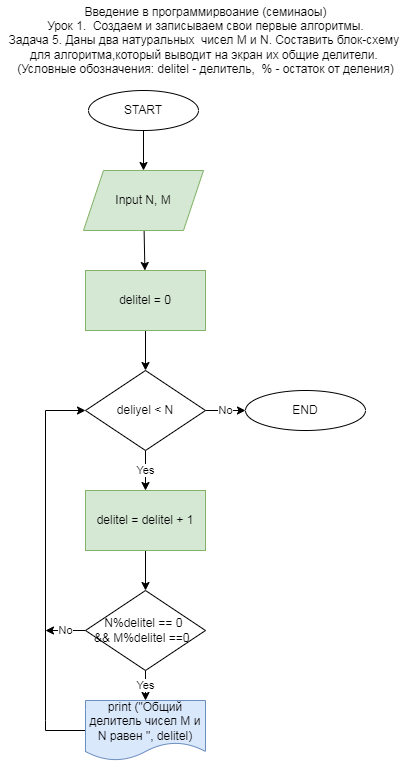
Earlier version of the draw.io export Folder_for_block_diagrams/5.drawio.png (irina792901/additional_tasks_on_algorithms). Source tidied: cells renumbered, new cells last; positions are measured from the earlier drawing's top-left corner, leaving out a move shared by most shapes.
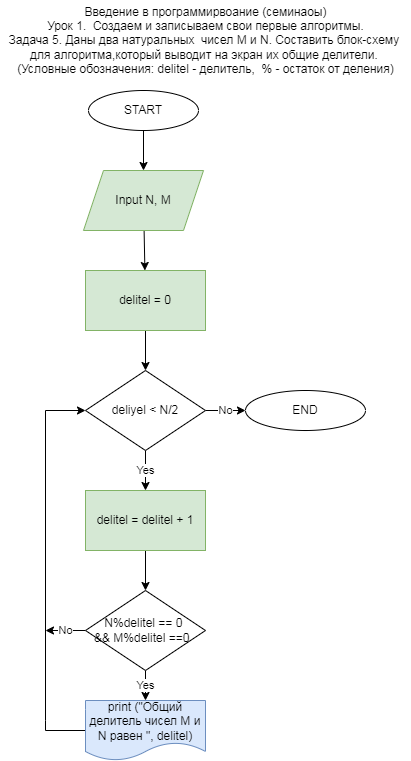
The same file after the commit.

Diff of the diagram source:
```diff
@@ -28,7 +28,7 @@
     <mxCell id="9" value="No" style="edgeStyle=none;html=1;rounded=0;" parent="1" edge="1" source="10" target="18">
       <mxGeometry relative="1" as="geometry" />
     </mxCell>
-    <mxCell id="10" value="deliyel &amp;lt; N" style="rhombus;whiteSpace=wrap;html=1;rounded=0;" parent="1" vertex="1">
+    <mxCell id="10" value="deliyel &amp;lt; N/2" style="rhombus;whiteSpace=wrap;html=1;rounded=0;" parent="1" vertex="1">
       <mxGeometry x="85" y="370" width="120" height="80" as="geometry" />
     </mxCell>
     <mxCell id="11" value="Yes" style="edgeStyle=none;html=1;rounded=0;" parent="1" edge="1" source="13" target="15">
```
